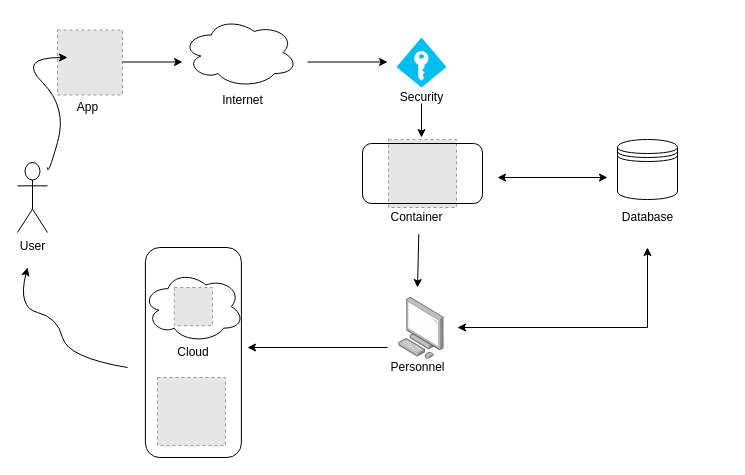
Earlier version of the draw.io diagram Servicio super a domicilio.drawio (Montserratds/Architecture). Source tidied: cells renumbered, new cells numbered last; positions are measured from the earlier drawing's top-left corner, leaving out a move shared by most shapes. Both pictures are drawn from the tidied source at 100%, with x=0, y=0 at pixel (17, 17). Pictures stored in the file or linked from it are replaced by grey dashed boxes.
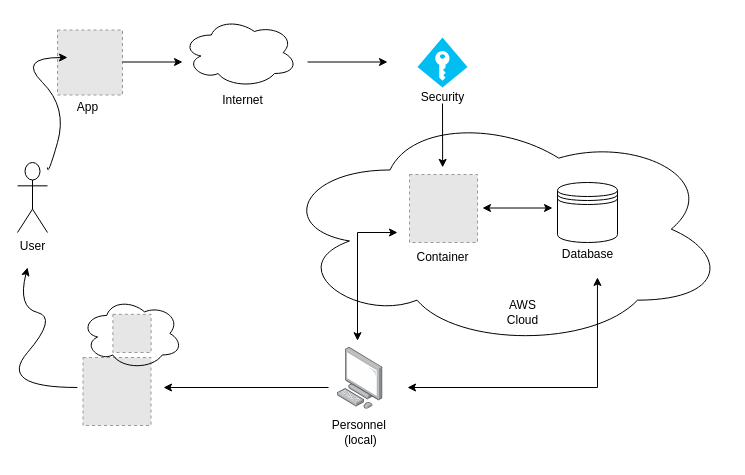
After the change.

Change to the diagram source:
```diff
@@
-    <mxCell id="3" style="shape=datastore;whiteSpace=wrap;html=1;" parent="1" vertex="1">
-      <mxGeometry x="600" y="122" width="60" height="60" as="geometry" />
+    <mxCell id="3" value="&lt;span style=&quot;white-space: pre&quot;&gt; &lt;/span&gt;&lt;span style=&quot;white-space: pre&quot;&gt; &lt;/span&gt;" style="shape=datastore;whiteSpace=wrap;html=1;" parent="1" vertex="1">
+      <mxGeometry x="540" y="165" width="60" height="60" as="geometry" />
     </mxCell>
     <mxCell id="4" style="verticalLabelPosition=bottom;html=1;verticalAlign=top;align=center;strokeColor=none;fillColor=#00BEF2;shape=mxgraph.azure.access_control;" parent="1" vertex="1">
-      <mxGeometry x="379" y="20" width="50" height="50" as="geometry" />
+      <mxGeometry x="400" y="20" width="50" height="50" as="geometry" />
     </mxCell>
     <mxCell id="5" style="fillColor=#E6E6E6;strokeColor=#999999;dashed=1;html=1;verticalAlign=top;verticalLabelPosition=bottom;labelBackgroundColor=#ffffff;" parent="1" vertex="1">
-      <mxGeometry x="371" y="122" width="68" height="68" as="geometry" />
+      <mxGeometry x="392" y="157" width="68" height="68" as="geometry" />
     </mxCell>
@@
     <mxCell id="7" value="Database" style="text;html=1;align=center;verticalAlign=middle;strokeColor=none;fillColor=none;" parent="1" vertex="1">
-      <mxGeometry x="595" y="190" width="70" height="20" as="geometry" />
+      <mxGeometry x="535" y="227" width="70" height="20" as="geometry" />
     </mxCell>
@@
     <mxCell id="14" value="Security&lt;br&gt;" style="text;html=1;align=center;verticalAlign=middle;points=[];strokeColor=none;fillColor=none;" parent="1" vertex="1">
-      <mxGeometry x="374" y="70" width="60" height="20" as="geometry" />
+      <mxGeometry x="395" y="70" width="60" height="20" as="geometry" />
     </mxCell>
     <mxCell id="15" value="Container" style="text;html=1;align=center;verticalAlign=middle;points=[];strokeColor=none;fillColor=none;" parent="1" vertex="1">
-      <mxGeometry x="364" y="190" width="70" height="20" as="geometry" />
+      <mxGeometry x="390" y="230" width="70" height="20" as="geometry" />
     </mxCell>
     <mxCell id="16" style="html=1;align=center;shadow=0;dashed=0;image;image=img/lib/allied_telesis/computer_and_terminals/Personal_Computer.svg;" parent="1" vertex="1">
-      <mxGeometry x="381.2" y="280" width="45.6" height="61.8" as="geometry" />
+      <mxGeometry x="320" y="330" width="45.6" height="61.8" as="geometry" />
     </mxCell>
-    <mxCell id="17" value="Personnel" style="text;html=1;align=center;verticalAlign=middle;strokeColor=none;fillColor=none;" parent="1" vertex="1">
-      <mxGeometry x="365" y="340" width="70" height="20" as="geometry" />
+    <mxCell id="17" value="Personnel&amp;nbsp;&lt;br&gt;(local)" style="text;html=1;align=center;verticalAlign=middle;strokeColor=none;fillColor=none;" parent="1" vertex="1">
+      <mxGeometry x="307.8" y="400" width="70" height="30" as="geometry" />
     </mxCell>
     <mxCell id="18" style="fillColor=#E6E6E6;strokeColor=#999999;dashed=1;html=1;verticalAlign=top;verticalLabelPosition=bottom;labelBackgroundColor=#ffffff;" parent="1" vertex="1">
-      <mxGeometry x="156.8" y="270" width="38.2" height="38.2" as="geometry" />
+      <mxGeometry x="95.4" y="296.8" width="38.2" height="38.2" as="geometry" />
     </mxCell>
-    <mxCell id="19" style="rounded=1;whiteSpace=wrap;html=1;fillColor=none;" parent="1" vertex="1">
-      <mxGeometry x="345" y="126" width="120" height="60" as="geometry" />
-    </mxCell>
     <mxCell id="20" style="fillColor=#E6E6E6;strokeColor=#999999;dashed=1;html=1;verticalAlign=top;verticalLabelPosition=bottom;labelBackgroundColor=#ffffff;" parent="1" vertex="1">
-      <mxGeometry x="140" y="360" width="68" height="68" as="geometry" />
+      <mxGeometry x="65.5" y="340" width="68" height="68" as="geometry" />
     </mxCell>
-    <mxCell id="21" style="endArrow=classic;html=1;rounded=0;exitX=0.5;exitY=0.8;exitDx=0;exitDy=0;exitPerimeter=0;" parent="1" edge="1" source="14">
-      <mxGeometry relative="1" as="geometry">
-        <mxPoint x="404" y="120" as="targetPoint" />
-      </mxGeometry>
+    <mxCell id="21" style="endArrow=classic;html=1;rounded=0;exitX=0.5;exitY=0.8;exitDx=0;exitDy=0;exitPerimeter=0;entryX=0.367;entryY=0.239;entryDx=0;entryDy=0;entryPerimeter=0;" parent="1" edge="1" source="14" target="29">
+      <mxGeometry relative="1" as="geometry" />
     </mxCell>
-    <mxCell id="22" style="endArrow=classic;html=1;rounded=0;exitX=0.533;exitY=1.333;exitDx=0;exitDy=0;exitPerimeter=0;" parent="1" edge="1" source="15">
-      <mxGeometry relative="1" as="geometry">
-        <mxPoint x="400" y="270" as="targetPoint" />
-      </mxGeometry>
-    </mxCell>
-    <mxCell id="23" style="endArrow=classic;startArrow=classic;html=1;rounded=0;" parent="1" edge="1">
+    <mxCell id="23" style="endArrow=classic;startArrow=classic;html=1;rounded=0;entryX=0.711;entryY=0.704;entryDx=0;entryDy=0;entryPerimeter=0;" parent="1" edge="1" target="29">
       <mxGeometry relative="1" as="geometry">
-        <mxPoint x="440" y="310" as="sourcePoint" />
-        <mxPoint x="630" y="230" as="targetPoint" />
+        <mxPoint x="390" y="370" as="sourcePoint" />
         <Array as="points">
-          <mxPoint x="630" y="310" />
+          <mxPoint x="580" y="370" />
         </Array>
       </mxGeometry>
     </mxCell>
-    <mxCell id="24" style="endArrow=classic;startArrow=classic;html=1;rounded=0;" parent="1" edge="1">
-      <mxGeometry relative="1" as="geometry">
-        <mxPoint x="480" y="160" as="sourcePoint" />
-        <mxPoint x="590" y="160" as="targetPoint" />
-      </mxGeometry>
-    </mxCell>
-    <mxCell id="25" style="curved=1;endArrow=classic;html=1;rounded=0;" parent="1" edge="1">
+    <mxCell id="25" style="curved=1;endArrow=classic;html=1;rounded=0;exitX=-0.082;exitY=0.441;exitDx=0;exitDy=0;exitPerimeter=0;" parent="1" edge="1" source="20">
       <mxGeometry relative="1" as="geometry">
-        <mxPoint x="110" y="350" as="sourcePoint" />
         <mxPoint x="10" y="250" as="targetPoint" />
         <Array as="points">
-          <mxPoint x="50" y="340" />
+          <mxPoint x="-20" y="370" />
           <mxPoint x="40" y="300" />
           <mxPoint y="290" />
         </Array>
       </mxGeometry>
     </mxCell>
     <mxCell id="26" style="ellipse;shape=cloud;whiteSpace=wrap;html=1;fillColor=none;" parent="1" vertex="1">
-      <mxGeometry x="125.3" y="253.2" width="101.1" height="71.8" as="geometry" />
+      <mxGeometry x="63.9" y="280" width="101.1" height="71.8" as="geometry" />
     </mxCell>
-    <mxCell id="27" value="Cloud" style="rounded=1;whiteSpace=wrap;html=1;fillColor=none;" parent="1" vertex="1">
-      <mxGeometry x="127.9" y="230" width="96" height="210" as="geometry" />
-    </mxCell>
-    <mxCell id="28" style="endArrow=classic;html=1;rounded=0;" parent="1" edge="1">
+    <mxCell id="28" style="endArrow=classic;html=1;rounded=0;exitX=0;exitY=0.647;exitDx=0;exitDy=0;exitPerimeter=0;" parent="1" edge="1">
       <mxGeometry relative="1" as="geometry">
-        <mxPoint x="370" y="330" as="sourcePoint" />
-        <mxPoint x="230" y="330" as="targetPoint" />
+        <mxPoint x="311" y="370" as="sourcePoint" />
+        <mxPoint x="146" y="370" as="targetPoint" />
       </mxGeometry>
     </mxCell>
+    <mxCell id="29" style="ellipse;shape=cloud;whiteSpace=wrap;html=1;fillColor=none;" parent="1" vertex="1">
+      <mxGeometry x="260" y="93.3" width="450" height="236.7" as="geometry" />
+    </mxCell>
+    <mxCell id="30" style="endArrow=classic;startArrow=classic;html=1;rounded=0;" parent="1" edge="1">
+      <mxGeometry relative="1" as="geometry">
+        <mxPoint x="465" y="190.5" as="sourcePoint" />
+        <mxPoint x="535" y="190.5" as="targetPoint" />
+      </mxGeometry>
+    </mxCell>
+    <mxCell id="31" value="AWS&lt;br&gt;Cloud" style="text;html=1;align=center;verticalAlign=middle;strokeColor=none;fillColor=none;" parent="1" vertex="1">
+      <mxGeometry x="480" y="280" width="50" height="30" as="geometry" />
+    </mxCell>
+    <mxCell id="32" style="endArrow=classic;startArrow=classic;html=1;rounded=0;" parent="1" edge="1">
+      <mxGeometry relative="1" as="geometry">
+        <mxPoint x="340" y="323.2" as="sourcePoint" />
+        <mxPoint x="380" y="215" as="targetPoint" />
+        <Array as="points">
+          <mxPoint x="340" y="215" />
+        </Array>
+      </mxGeometry>
+    </mxCell>
```
